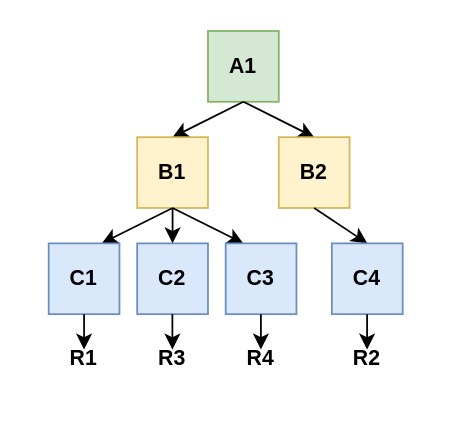
Above: documentation/illustrations/radix_tree.drawio in sakshamrathi21/Structured_LLM_Optimization (draw.io), before the change. Source tidied: cells renumbered, new cells numbered last; positions are measured from the earlier drawing's top-left corner, leaving out a move shared by most shapes. Both pictures are drawn from the tidied source at 177%, with x=0, y=0 at pixel (30, 30).
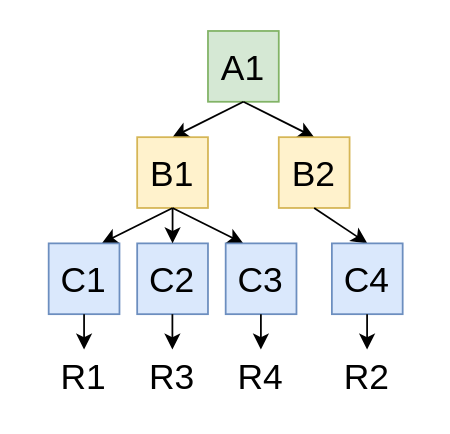
The same page after the edit.

The edit, as a diff of the source:
```diff
@@
-    <mxCell id="2" value="&lt;b&gt;A1&lt;/b&gt;" style="rounded=0;whiteSpace=wrap;html=1;fillColor=#d5e8d4;strokeColor=#82b366;" parent="1" vertex="1">
+    <mxCell id="2" value="&lt;font style=&quot;font-size: 20px;&quot;&gt;A1&lt;/font&gt;" style="rounded=0;whiteSpace=wrap;html=1;fillColor=#d5e8d4;strokeColor=#82b366;" parent="1" vertex="1">
       <mxGeometry x="100" width="40" height="40" as="geometry" />
     </mxCell>
@@
-    <mxCell id="4" value="&lt;b&gt;B1&lt;/b&gt;" style="rounded=0;whiteSpace=wrap;html=1;fillColor=#fff2cc;strokeColor=#d6b656;" parent="1" vertex="1">
+    <mxCell id="4" value="&lt;font style=&quot;font-size: 20px;&quot;&gt;B1&lt;/font&gt;" style="rounded=0;whiteSpace=wrap;html=1;fillColor=#fff2cc;strokeColor=#d6b656;" parent="1" vertex="1">
       <mxGeometry x="60" y="60" width="40" height="40" as="geometry" />
     </mxCell>
@@
-    <mxCell id="6" value="&lt;b&gt;B2&lt;/b&gt;" style="rounded=0;whiteSpace=wrap;html=1;fillColor=#fff2cc;strokeColor=#d6b656;" parent="1" vertex="1">
+    <mxCell id="6" value="&lt;font style=&quot;font-size: 20px;&quot;&gt;B2&lt;/font&gt;" style="rounded=0;whiteSpace=wrap;html=1;fillColor=#fff2cc;strokeColor=#d6b656;" parent="1" vertex="1">
       <mxGeometry x="140" y="60" width="40" height="40" as="geometry" />
     </mxCell>
@@
-    <mxCell id="9" value="&lt;b&gt;C1&lt;/b&gt;" style="rounded=0;whiteSpace=wrap;html=1;fillColor=#dae8fc;strokeColor=#6c8ebf;" parent="1" vertex="1">
+    <mxCell id="9" value="&lt;font style=&quot;font-size: 20px;&quot;&gt;C1&lt;/font&gt;" style="rounded=0;whiteSpace=wrap;html=1;fillColor=#dae8fc;strokeColor=#6c8ebf;" parent="1" vertex="1">
       <mxGeometry x="10" y="120" width="40" height="40" as="geometry" />
     </mxCell>
-    <mxCell id="10" value="&lt;b&gt;C2&lt;/b&gt;" style="rounded=0;whiteSpace=wrap;html=1;fillColor=#dae8fc;strokeColor=#6c8ebf;" parent="1" vertex="1">
+    <mxCell id="10" value="&lt;font style=&quot;font-size: 20px;&quot;&gt;C2&lt;/font&gt;" style="rounded=0;whiteSpace=wrap;html=1;fillColor=#dae8fc;strokeColor=#6c8ebf;" parent="1" vertex="1">
       <mxGeometry x="60" y="120" width="40" height="40" as="geometry" />
     </mxCell>
-    <mxCell id="11" value="&lt;b&gt;C3&lt;/b&gt;" style="rounded=0;whiteSpace=wrap;html=1;fillColor=#dae8fc;strokeColor=#6c8ebf;" parent="1" vertex="1">
+    <mxCell id="11" value="&lt;font style=&quot;font-size: 20px;&quot;&gt;C3&lt;/font&gt;" style="rounded=0;whiteSpace=wrap;html=1;fillColor=#dae8fc;strokeColor=#6c8ebf;" parent="1" vertex="1">
       <mxGeometry x="110" y="120" width="40" height="40" as="geometry" />
     </mxCell>
@@
-    <mxCell id="13" value="&lt;b&gt;C4&lt;/b&gt;" style="rounded=0;whiteSpace=wrap;html=1;fillColor=#dae8fc;strokeColor=#6c8ebf;" parent="1" vertex="1">
+    <mxCell id="13" value="&lt;font style=&quot;font-size: 20px;&quot;&gt;C4&lt;/font&gt;" style="rounded=0;whiteSpace=wrap;html=1;fillColor=#dae8fc;strokeColor=#6c8ebf;" parent="1" vertex="1">
       <mxGeometry x="170" y="120" width="40" height="40" as="geometry" />
     </mxCell>
@@
-    <mxCell id="19" value="&lt;b&gt;R1&lt;/b&gt;" style="text;html=1;whiteSpace=wrap;strokeColor=none;fillColor=none;align=center;verticalAlign=middle;rounded=0;" parent="1" vertex="1">
-      <mxGeometry y="170" width="60" height="30" as="geometry" />
+    <mxCell id="19" value="&lt;font style=&quot;font-size: 20px;&quot;&gt;R1&lt;/font&gt;" style="text;html=1;whiteSpace=wrap;strokeColor=none;fillColor=none;align=center;verticalAlign=middle;rounded=0;" parent="1" vertex="1">
+      <mxGeometry y="180" width="60" height="30" as="geometry" />
     </mxCell>
-    <mxCell id="20" value="&lt;b&gt;R2&lt;/b&gt;" style="text;html=1;whiteSpace=wrap;strokeColor=none;fillColor=none;align=center;verticalAlign=middle;rounded=0;" parent="1" vertex="1">
-      <mxGeometry x="160" y="170" width="60" height="30" as="geometry" />
+    <mxCell id="20" value="&lt;font style=&quot;font-size: 20px;&quot;&gt;R2&lt;/font&gt;" style="text;html=1;whiteSpace=wrap;strokeColor=none;fillColor=none;align=center;verticalAlign=middle;rounded=0;" parent="1" vertex="1">
+      <mxGeometry x="160" y="180" width="60" height="30" as="geometry" />
     </mxCell>
-    <mxCell id="21" value="&lt;b&gt;R3&lt;/b&gt;" style="text;html=1;whiteSpace=wrap;strokeColor=none;fillColor=none;align=center;verticalAlign=middle;rounded=0;" parent="1" vertex="1">
-      <mxGeometry x="50" y="170" width="60" height="30" as="geometry" />
+    <mxCell id="21" value="&lt;font style=&quot;font-size: 20px;&quot;&gt;R3&lt;/font&gt;" style="text;html=1;whiteSpace=wrap;strokeColor=none;fillColor=none;align=center;verticalAlign=middle;rounded=0;" parent="1" vertex="1">
+      <mxGeometry x="50" y="180" width="60" height="30" as="geometry" />
     </mxCell>
-    <mxCell id="22" value="&lt;b&gt;R4&lt;/b&gt;" style="text;html=1;whiteSpace=wrap;strokeColor=none;fillColor=none;align=center;verticalAlign=middle;rounded=0;" parent="1" vertex="1">
-      <mxGeometry x="100" y="170" width="60" height="30" as="geometry" />
+    <mxCell id="22" value="&lt;font style=&quot;font-size: 20px;&quot;&gt;R4&lt;/font&gt;" style="text;html=1;whiteSpace=wrap;strokeColor=none;fillColor=none;align=center;verticalAlign=middle;rounded=0;" parent="1" vertex="1">
+      <mxGeometry x="100" y="180" width="60" height="30" as="geometry" />
     </mxCell>
```
